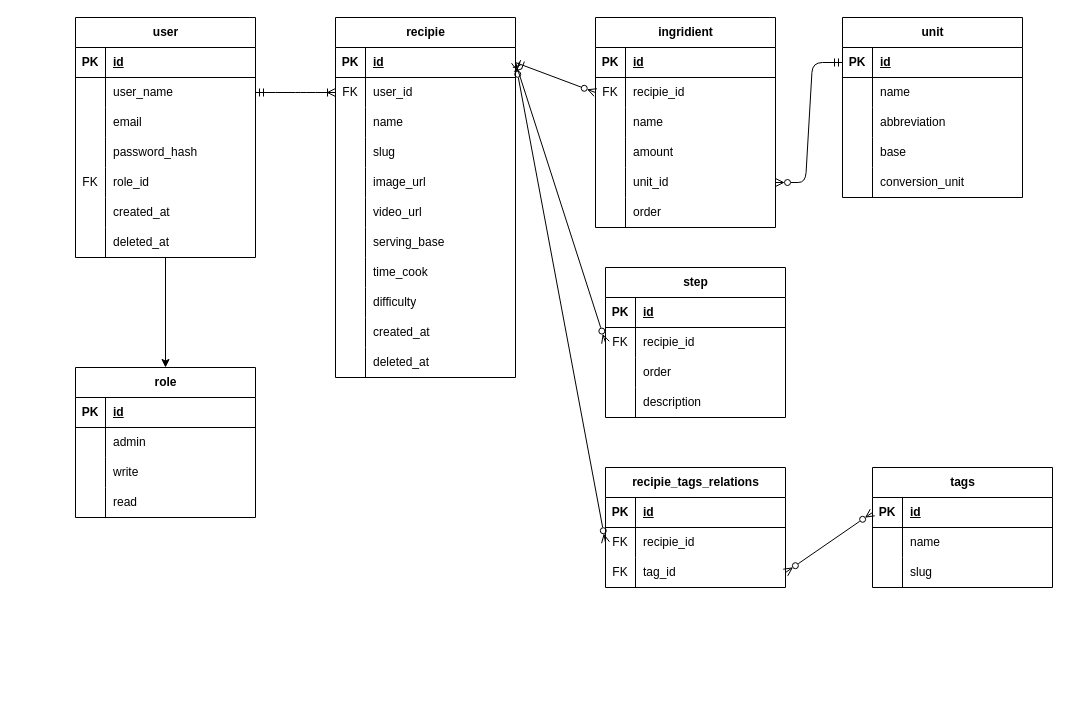
Caronte92/la-cullera-backend keeps this draw.io diagram as laCullera.drawio. Above is the earlier version. Source tidied: cells renumbered, new cells numbered last; positions are measured from the earlier drawing's top-left corner, leaving out a move shared by most shapes. Both pictures are drawn from the tidied source at 100%, with x=0, y=0 at pixel (75, 17).
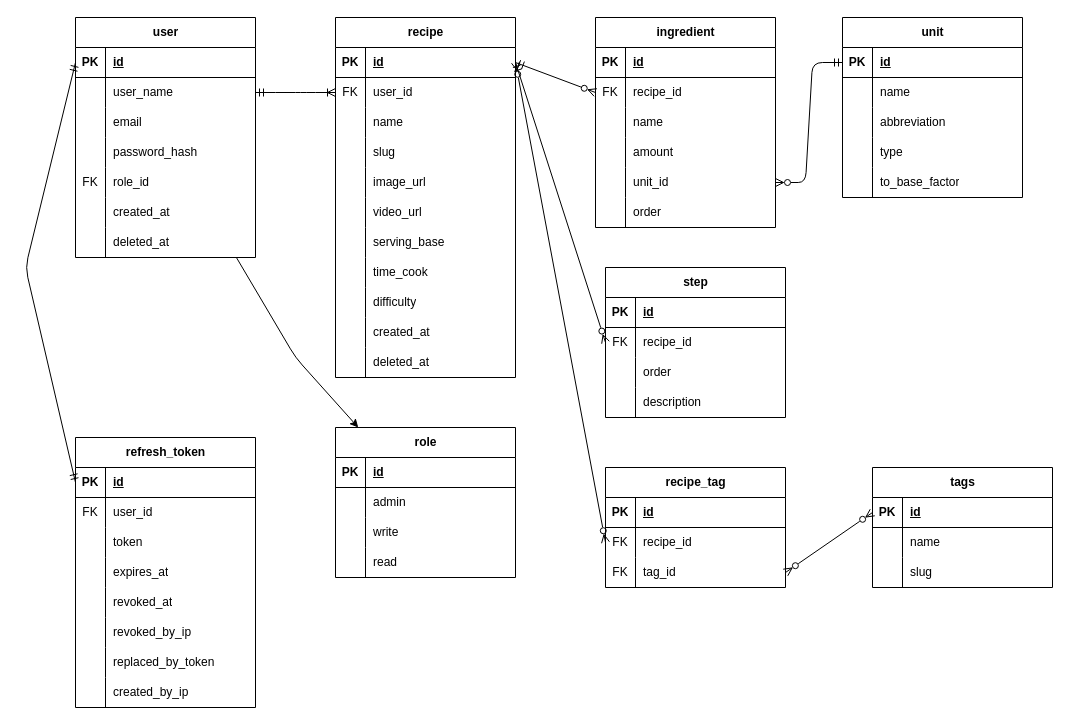
Above is the later version.

The change refers to these unchanged cells:
```xml
<mxCell id="3" value="user" style="shape=table;startSize=30;childLayout=tableLayout;rowLines=0;fontStyle=1;align=center;html=1;" parent="1" vertex="1">
  <mxGeometry width="180" height="240" as="geometry" />
</mxCell>
<mxCell id="4" style="shape=tableRow;horizontal=0;startSize=0;swimlaneHead=0;swimlaneBody=0;fillColor=none;points=[[0,0.5],[1,0.5]];portConstraint=eastwest;top=0;left=0;right=0;bottom=1;" parent="3" vertex="1">
  <mxGeometry y="30" width="180" height="30" as="geometry" />
</mxCell>
<mxCell id="77" style="shape=tableRow;horizontal=0;startSize=0;swimlaneHead=0;swimlaneBody=0;fillColor=none;points=[[0,0.5],[1,0.5]];portConstraint=eastwest;top=0;left=0;right=0;bottom=0;" parent="73" vertex="1">
  <mxGeometry y="60" width="180" height="30" as="geometry" />
</mxCell>
<mxCell id="96" style="shape=tableRow;horizontal=0;startSize=0;swimlaneHead=0;swimlaneBody=0;fillColor=none;points=[[0,0.5],[1,0.5]];portConstraint=eastwest;top=0;left=0;right=0;bottom=0;" parent="92" vertex="1">
  <mxGeometry y="60" width="180" height="30" as="geometry" />
</mxCell>
<mxCell id="109" style="shape=tableRow;horizontal=0;startSize=0;swimlaneHead=0;swimlaneBody=0;fillColor=none;points=[[0,0.5],[1,0.5]];portConstraint=eastwest;top=0;left=0;right=0;bottom=0;" parent="105" vertex="1">
  <mxGeometry y="60" width="180" height="30" as="geometry" />
</mxCell>
<mxCell id="135" style="shape=tableRow;horizontal=0;startSize=0;swimlaneHead=0;swimlaneBody=0;fillColor=none;top=0;left=0;right=0;bottom=0;" parent="125" vertex="1">
  <mxGeometry y="120" width="180" height="30" as="geometry" />
</mxCell>
<mxCell id="138" style="shape=tableRow;horizontal=0;startSize=0;swimlaneHead=0;swimlaneBody=0;fillColor=none;top=0;left=0;right=0;bottom=0;" parent="125" vertex="1">
  <mxGeometry y="150" width="180" height="30" as="geometry" />
</mxCell>
```

The edit, as a diff of the source:
```diff
@@
     <mxCell id="2" style="edgeStyle=none;html=1;" parent="1" edge="1" source="3" target="25">
-      <mxGeometry relative="1" as="geometry" />
+      <mxGeometry relative="1" as="geometry">
+        <Array as="points">
+          <mxPoint x="220" y="340" />
+        </Array>
+      </mxGeometry>
     </mxCell>
@@
     <mxCell id="25" value="role" style="shape=table;startSize=30;childLayout=tableLayout;rowLines=0;fontStyle=1;align=center;html=1;" parent="1" vertex="1">
-      <mxGeometry y="350" width="180" height="150" as="geometry" />
+      <mxGeometry x="260" y="410" width="180" height="150" as="geometry" />
     </mxCell>
@@
-    <mxCell id="38" value="recipie" style="shape=table;startSize=30;childLayout=tableLayout;rowLines=0;fontStyle=1;align=center;html=1;" parent="1" vertex="1">
+    <mxCell id="38" value="recipe" style="shape=table;startSize=30;childLayout=tableLayout;rowLines=0;fontStyle=1;align=center;html=1;" parent="1" vertex="1">
       <mxGeometry x="260" width="180" height="360" as="geometry" />
     </mxCell>
@@
-    <mxCell id="73" value="ingridient" style="shape=table;startSize=30;childLayout=tableLayout;rowLines=0;fontStyle=1;align=center;html=1;" parent="1" vertex="1">
+    <mxCell id="73" value="ingredient" style="shape=table;startSize=30;childLayout=tableLayout;rowLines=0;fontStyle=1;align=center;html=1;" parent="1" vertex="1">
       <mxGeometry x="520" width="180" height="210" as="geometry" />
     </mxCell>
@@
-    <mxCell id="79" value="recipie_id" style="shape=partialRectangle;fillColor=none;top=0;left=0;bottom=0;right=0;align=left;spacingLeft=6;overflow=hidden;whiteSpace=wrap;html=1;" parent="77" vertex="1">
+    <mxCell id="79" value="recipe_id" style="shape=partialRectangle;fillColor=none;top=0;left=0;bottom=0;right=0;align=left;spacingLeft=6;overflow=hidden;whiteSpace=wrap;html=1;" parent="77" vertex="1">
       <mxGeometry x="30" width="150" height="30" as="geometry" />
     </mxCell>
@@
-    <mxCell id="98" value="recipie_id" style="shape=partialRectangle;fillColor=none;top=0;left=0;bottom=0;right=0;align=left;spacingLeft=6;overflow=hidden;whiteSpace=wrap;html=1;" parent="96" vertex="1">
+    <mxCell id="98" value="recipe_id" style="shape=partialRectangle;fillColor=none;top=0;left=0;bottom=0;right=0;align=left;spacingLeft=6;overflow=hidden;whiteSpace=wrap;html=1;" parent="96" vertex="1">
       <mxGeometry x="30" width="150" height="30" as="geometry" />
     </mxCell>
@@
-    <mxCell id="105" value="recipie_tags_relations" style="shape=table;startSize=30;childLayout=tableLayout;rowLines=0;fontStyle=1;align=center;html=1;" parent="1" vertex="1">
+    <mxCell id="105" value="recipe_tag" style="shape=table;startSize=30;childLayout=tableLayout;rowLines=0;fontStyle=1;align=center;html=1;" parent="1" vertex="1">
       <mxGeometry x="530" y="450" width="180" height="120" as="geometry" />
     </mxCell>
@@
-    <mxCell id="111" value="recipie_id" style="shape=partialRectangle;fillColor=none;top=0;left=0;bottom=0;right=0;align=left;spacingLeft=6;overflow=hidden;whiteSpace=wrap;html=1;" parent="109" vertex="1">
+    <mxCell id="111" value="recipe_id" style="shape=partialRectangle;fillColor=none;top=0;left=0;bottom=0;right=0;align=left;spacingLeft=6;overflow=hidden;whiteSpace=wrap;html=1;" parent="109" vertex="1">
       <mxGeometry x="30" width="150" height="30" as="geometry" />
     </mxCell>
@@
-    <mxCell id="137" style="shape=partialRectangle;fillColor=none;top=0;left=0;bottom=0;right=0;align=left;spacingLeft=6;overflow=hidden;whiteSpace=wrap;html=1;" parent="135" vertex="1">
+    <mxCell id="137" value="type" style="shape=partialRectangle;fillColor=none;top=0;left=0;bottom=0;right=0;align=left;spacingLeft=6;overflow=hidden;whiteSpace=wrap;html=1;" parent="135" vertex="1">
       <mxGeometry x="30" width="150" height="30" as="geometry" />
     </mxCell>
@@
-    <mxCell id="140" value="conversion_unit" style="shape=partialRectangle;fillColor=none;top=0;left=0;bottom=0;right=0;align=left;spacingLeft=6;overflow=hidden;whiteSpace=wrap;html=1;" parent="138" vertex="1">
+    <mxCell id="140" value="to_base_factor" style="shape=partialRectangle;fillColor=none;top=0;left=0;bottom=0;right=0;align=left;spacingLeft=6;overflow=hidden;whiteSpace=wrap;html=1;" parent="138" vertex="1">
       <mxGeometry x="30" width="150" height="30" as="geometry" />
     </mxCell>
@@
-    <mxCell id="142" value="base" style="shape=partialRectangle;fillColor=none;top=0;left=0;bottom=0;right=0;align=left;spacingLeft=6;overflow=hidden;whiteSpace=wrap;html=1;" parent="1" vertex="1">
-      <mxGeometry x="797" y="120" width="150" height="30" as="geometry" />
-    </mxCell>
@@
+    <mxCell id="147" value="refresh_token" style="shape=table;startSize=30;childLayout=tableLayout;rowLines=0;fontStyle=1;align=center;html=1;" parent="1" vertex="1">
+      <mxGeometry y="420" width="180" height="270" as="geometry" />
+    </mxCell>
+    <mxCell id="148" style="shape=tableRow;horizontal=0;startSize=0;swimlaneHead=0;swimlaneBody=0;fillColor=none;points=[[0,0.5],[1,0.5]];portConstraint=eastwest;top=0;left=0;right=0;bottom=1;" parent="147" vertex="1">
+      <mxGeometry y="30" width="180" height="30" as="geometry" />
+    </mxCell>
+    <mxCell id="149" value="PK" style="shape=partialRectangle;fillColor=none;top=0;left=0;bottom=0;right=0;fontStyle=1;overflow=hidden;whiteSpace=wrap;html=1;" parent="148" vertex="1">
+      <mxGeometry width="30" height="30" as="geometry" />
+    </mxCell>
+    <mxCell id="150" value="id" style="shape=partialRectangle;fillColor=none;top=0;left=0;bottom=0;right=0;align=left;spacingLeft=6;fontStyle=5;overflow=hidden;whiteSpace=wrap;html=1;" parent="148" vertex="1">
+      <mxGeometry x="30" width="150" height="30" as="geometry" />
+    </mxCell>
+    <mxCell id="151" style="shape=tableRow;horizontal=0;startSize=0;swimlaneHead=0;swimlaneBody=0;fillColor=none;top=0;left=0;right=0;bottom=0;" parent="147" vertex="1">
+      <mxGeometry y="60" width="180" height="30" as="geometry" />
+    </mxCell>
+    <mxCell id="152" value="FK" style="shape=partialRectangle;fillColor=none;top=0;left=0;bottom=0;right=0;overflow=hidden;whiteSpace=wrap;html=1;" parent="151" vertex="1">
+      <mxGeometry width="30" height="30" as="geometry" />
+    </mxCell>
+    <mxCell id="153" value="user_id" style="shape=partialRectangle;fillColor=none;top=0;left=0;bottom=0;right=0;align=left;spacingLeft=6;overflow=hidden;whiteSpace=wrap;html=1;" parent="151" vertex="1">
+      <mxGeometry x="30" width="150" height="30" as="geometry" />
+    </mxCell>
+    <mxCell id="154" style="shape=tableRow;horizontal=0;startSize=0;swimlaneHead=0;swimlaneBody=0;fillColor=none;top=0;left=0;right=0;bottom=0;" parent="147" vertex="1">
+      <mxGeometry y="90" width="180" height="30" as="geometry" />
+    </mxCell>
+    <mxCell id="155" style="shape=partialRectangle;fillColor=none;top=0;left=0;bottom=0;right=0;overflow=hidden;whiteSpace=wrap;html=1;" parent="154" vertex="1">
+      <mxGeometry width="30" height="30" as="geometry" />
+    </mxCell>
+    <mxCell id="156" value="token" style="shape=partialRectangle;fillColor=none;top=0;left=0;bottom=0;right=0;align=left;spacingLeft=6;overflow=hidden;whiteSpace=wrap;html=1;" parent="154" vertex="1">
+      <mxGeometry x="30" width="150" height="30" as="geometry" />
+    </mxCell>
+    <mxCell id="157" style="shape=tableRow;horizontal=0;startSize=0;swimlaneHead=0;swimlaneBody=0;fillColor=none;top=0;left=0;right=0;bottom=0;" parent="147" vertex="1">
+      <mxGeometry y="120" width="180" height="30" as="geometry" />
+    </mxCell>
+    <mxCell id="158" style="shape=partialRectangle;fillColor=none;top=0;left=0;bottom=0;right=0;overflow=hidden;whiteSpace=wrap;html=1;" parent="157" vertex="1">
+      <mxGeometry width="30" height="30" as="geometry" />
+    </mxCell>
+    <mxCell id="159" value="expires_at" style="shape=partialRectangle;fillColor=none;top=0;left=0;bottom=0;right=0;align=left;spacingLeft=6;overflow=hidden;whiteSpace=wrap;html=1;" parent="157" vertex="1">
+      <mxGeometry x="30" width="150" height="30" as="geometry" />
+    </mxCell>
+    <mxCell id="160" style="shape=tableRow;horizontal=0;startSize=0;swimlaneHead=0;swimlaneBody=0;fillColor=none;top=0;left=0;right=0;bottom=0;" parent="147" vertex="1">
+      <mxGeometry y="150" width="180" height="30" as="geometry" />
+    </mxCell>
+    <mxCell id="161" style="shape=partialRectangle;fillColor=none;top=0;left=0;bottom=0;right=0;overflow=hidden;whiteSpace=wrap;html=1;" parent="160" vertex="1">
+      <mxGeometry width="30" height="30" as="geometry" />
+    </mxCell>
+    <mxCell id="162" value="revoked_at" style="shape=partialRectangle;fillColor=none;top=0;left=0;bottom=0;right=0;align=left;spacingLeft=6;overflow=hidden;whiteSpace=wrap;html=1;" parent="160" vertex="1">
+      <mxGeometry x="30" width="150" height="30" as="geometry" />
+    </mxCell>
+    <mxCell id="163" style="shape=tableRow;horizontal=0;startSize=0;swimlaneHead=0;swimlaneBody=0;fillColor=none;top=0;left=0;right=0;bottom=0;" parent="147" vertex="1">
+      <mxGeometry y="180" width="180" height="30" as="geometry" />
+    </mxCell>
+    <mxCell id="164" style="shape=partialRectangle;fillColor=none;top=0;left=0;bottom=0;right=0;overflow=hidden;whiteSpace=wrap;html=1;" parent="163" vertex="1">
+      <mxGeometry width="30" height="30" as="geometry" />
+    </mxCell>
+    <mxCell id="165" value="revoked_by_ip" style="shape=partialRectangle;fillColor=none;top=0;left=0;bottom=0;right=0;align=left;spacingLeft=6;overflow=hidden;whiteSpace=wrap;html=1;" parent="163" vertex="1">
+      <mxGeometry x="30" width="150" height="30" as="geometry" />
+    </mxCell>
+    <mxCell id="166" style="shape=tableRow;horizontal=0;startSize=0;swimlaneHead=0;swimlaneBody=0;fillColor=none;top=0;left=0;right=0;bottom=0;" parent="147" vertex="1">
+      <mxGeometry y="210" width="180" height="30" as="geometry" />
+    </mxCell>
+    <mxCell id="167" style="shape=partialRectangle;fillColor=none;top=0;left=0;bottom=0;right=0;overflow=hidden;whiteSpace=wrap;html=1;" parent="166" vertex="1">
+      <mxGeometry width="30" height="30" as="geometry" />
+    </mxCell>
+    <mxCell id="168" value="replaced_by_token" style="shape=partialRectangle;fillColor=none;top=0;left=0;bottom=0;right=0;align=left;spacingLeft=6;overflow=hidden;whiteSpace=wrap;html=1;" parent="166" vertex="1">
+      <mxGeometry x="30" width="150" height="30" as="geometry" />
+    </mxCell>
+    <mxCell id="169" style="shape=tableRow;horizontal=0;startSize=0;swimlaneHead=0;swimlaneBody=0;fillColor=none;top=0;left=0;right=0;bottom=0;" parent="147" vertex="1">
+      <mxGeometry y="240" width="180" height="30" as="geometry" />
+    </mxCell>
+    <mxCell id="170" style="shape=partialRectangle;fillColor=none;top=0;left=0;bottom=0;right=0;overflow=hidden;whiteSpace=wrap;html=1;" parent="169" vertex="1">
+      <mxGeometry width="30" height="30" as="geometry" />
+    </mxCell>
+    <mxCell id="171" value="created_by_ip" style="shape=partialRectangle;fillColor=none;top=0;left=0;bottom=0;right=0;align=left;spacingLeft=6;overflow=hidden;whiteSpace=wrap;html=1;" parent="169" vertex="1">
+      <mxGeometry x="30" width="150" height="30" as="geometry" />
+    </mxCell>
+    <mxCell id="172" style="edgeStyle=none;html=1;exitX=0;exitY=0.5;exitDx=0;exitDy=0;entryX=0;entryY=0.5;entryDx=0;entryDy=0;endArrow=ERmandOne;endFill=0;startArrow=ERmandOne;startFill=0;" parent="1" edge="1" source="148" target="4">
+      <mxGeometry relative="1" as="geometry">
+        <Array as="points">
+          <mxPoint x="-50" y="250" />
+        </Array>
+      </mxGeometry>
+    </mxCell>
```
